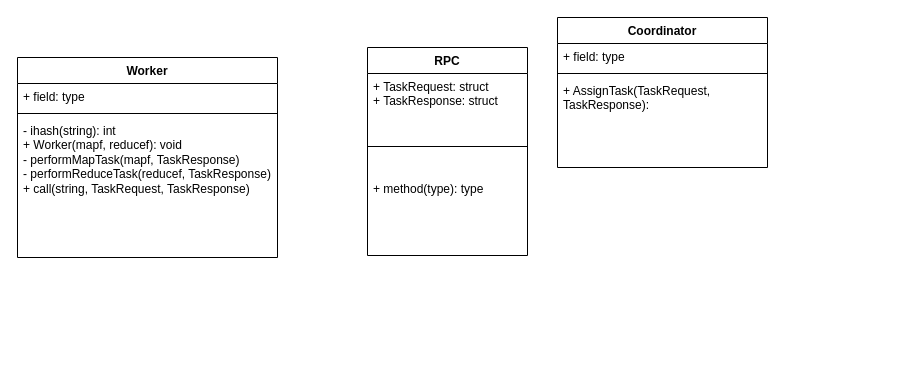
Above: Untitled Diagram.drawio in liederlight/6.5840 (draw.io), before the change. Source tidied: cells renumbered, new cells numbered last; positions are measured from the earlier drawing's top-left corner, leaving out a move shared by most shapes. Both pictures are drawn from the tidied source at 100%, with x=0, y=0 at pixel (17, 17).
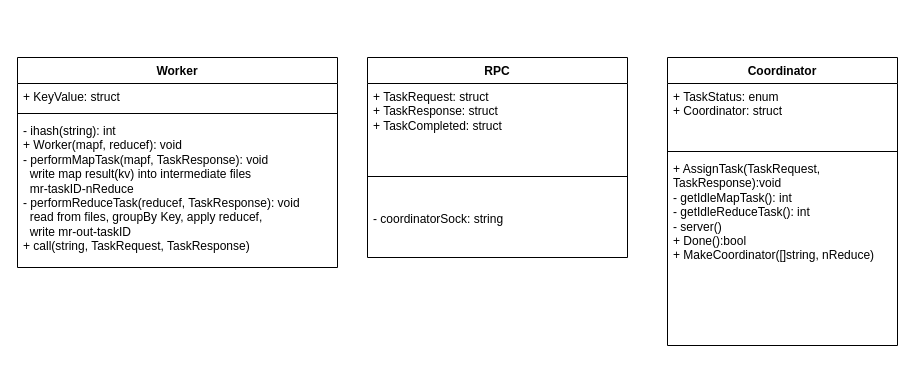
The same page after the edit.

The edit, as a diff of the source:
```diff
@@
 <mxGraphModel>
   <root>
     <mxCell id="0" />
     <mxCell id="1" parent="0" />
     <mxCell id="2" value="Worker" style="swimlane;fontStyle=1;align=center;verticalAlign=top;horizontal=1;startSize=26;whiteSpace=wrap;html=1;" parent="1" vertex="1">
-      <mxGeometry y="40" width="260" height="200" as="geometry" />
+      <mxGeometry y="40" width="320" height="210" as="geometry" />
     </mxCell>
-    <mxCell id="3" value="+ field: type" style="text;strokeColor=none;fillColor=none;align=left;verticalAlign=top;spacingLeft=4;spacingRight=4;overflow=hidden;whiteSpace=wrap;html=1;" parent="2" vertex="1">
-      <mxGeometry y="26" width="260" height="26" as="geometry" />
+    <mxCell id="3" value="+ KeyValue: struct" style="text;strokeColor=none;fillColor=none;align=left;verticalAlign=top;spacingLeft=4;spacingRight=4;overflow=hidden;whiteSpace=wrap;html=1;" parent="2" vertex="1">
+      <mxGeometry y="26" width="320" height="26" as="geometry" />
     </mxCell>
     <mxCell id="4" style="line;strokeWidth=1;fillColor=none;align=left;verticalAlign=middle;spacingTop=-1;spacingLeft=3;spacingRight=3;labelPosition=right;strokeColor=inherit;" parent="2" vertex="1">
-      <mxGeometry y="52" width="260" height="8" as="geometry" />
+      <mxGeometry y="52" width="320" height="8" as="geometry" />
     </mxCell>
-    <mxCell id="5" value="- ihash(string): int&lt;div&gt;+ Worker(mapf, reducef): void&lt;/div&gt;&lt;div&gt;- performMapTask(mapf, TaskResponse)&lt;/div&gt;&lt;div&gt;- performReduceTask(reducef, TaskResponse)&lt;/div&gt;&lt;div&gt;+ call(string, TaskRequest, TaskResponse)&lt;/div&gt;" style="text;strokeColor=none;fillColor=none;align=left;verticalAlign=top;spacingLeft=4;spacingRight=4;overflow=hidden;whiteSpace=wrap;html=1;" parent="2" vertex="1">
-      <mxGeometry y="60" width="260" height="140" as="geometry" />
+    <mxCell id="5" value="- ihash(string): int&lt;div&gt;+ Worker(mapf, reducef): void&lt;/div&gt;&lt;div&gt;- performMapTask(mapf, TaskResponse): void&lt;/div&gt;&lt;div&gt;&amp;nbsp; write map result(kv) into intermediate files&amp;nbsp;&lt;/div&gt;&lt;div&gt;&amp;nbsp; mr-taskID-nReduce&lt;/div&gt;&lt;div&gt;- performReduceTask(reducef, TaskResponse): void&lt;/div&gt;&lt;div&gt;&amp;nbsp; read from files, groupBy Key, apply reducef,&lt;/div&gt;&lt;div&gt;&amp;nbsp; write mr-out-taskID&lt;/div&gt;&lt;div&gt;+ call(string, TaskRequest, TaskResponse)&lt;/div&gt;" style="text;strokeColor=none;fillColor=none;align=left;verticalAlign=top;spacingLeft=4;spacingRight=4;overflow=hidden;whiteSpace=wrap;html=1;" parent="2" vertex="1">
+      <mxGeometry y="60" width="320" height="150" as="geometry" />
     </mxCell>
     <mxCell id="6" value="RPC" style="swimlane;fontStyle=1;align=center;verticalAlign=top;horizontal=1;startSize=26;whiteSpace=wrap;html=1;" parent="1" vertex="1">
-      <mxGeometry x="350" y="30" width="160" height="208" as="geometry" />
+      <mxGeometry x="350" y="40" width="260" height="200" as="geometry" />
     </mxCell>
-    <mxCell id="7" value="+ TaskRequest: struct&lt;div&gt;+ TaskResponse: struct&lt;/div&gt;" style="text;strokeColor=none;fillColor=none;align=left;verticalAlign=top;spacingLeft=4;spacingRight=4;overflow=hidden;whiteSpace=wrap;html=1;" parent="6" vertex="1">
-      <mxGeometry y="26" width="160" height="44" as="geometry" />
+    <mxCell id="7" value="+ TaskRequest: struct&lt;div&gt;+ TaskResponse: struct&lt;/div&gt;&lt;div&gt;+ TaskCompleted: struct&lt;/div&gt;" style="text;strokeColor=none;fillColor=none;align=left;verticalAlign=top;spacingLeft=4;spacingRight=4;overflow=hidden;whiteSpace=wrap;html=1;" parent="6" vertex="1">
+      <mxGeometry y="26" width="260" height="64" as="geometry" />
     </mxCell>
     <mxCell id="8" style="line;strokeWidth=1;fillColor=none;align=left;verticalAlign=middle;spacingTop=-1;spacingLeft=3;spacingRight=3;labelPosition=right;strokeColor=inherit;" parent="6" vertex="1">
-      <mxGeometry y="70" width="160" height="58" as="geometry" />
+      <mxGeometry y="90" width="260" height="58" as="geometry" />
     </mxCell>
-    <mxCell id="9" value="+ method(type): type" style="text;strokeColor=none;fillColor=none;align=left;verticalAlign=top;spacingLeft=4;spacingRight=4;overflow=hidden;whiteSpace=wrap;html=1;" parent="6" vertex="1">
-      <mxGeometry y="128" width="160" height="80" as="geometry" />
+    <mxCell id="9" value="- coordinatorSock: string" style="text;strokeColor=none;fillColor=none;align=left;verticalAlign=top;spacingLeft=4;spacingRight=4;overflow=hidden;whiteSpace=wrap;html=1;" parent="6" vertex="1">
+      <mxGeometry y="148" width="260" height="52" as="geometry" />
     </mxCell>
     <mxCell id="10" value="Coordinator" style="swimlane;fontStyle=1;align=center;verticalAlign=top;horizontal=1;startSize=26;whiteSpace=wrap;html=1;" parent="1" vertex="1">
-      <mxGeometry x="540" width="210" height="150" as="geometry" />
+      <mxGeometry x="650" y="40" width="230" height="288" as="geometry" />
     </mxCell>
-    <mxCell id="11" value="+ field: type" style="text;strokeColor=none;fillColor=none;align=left;verticalAlign=top;spacingLeft=4;spacingRight=4;overflow=hidden;whiteSpace=wrap;html=1;" parent="10" vertex="1">
-      <mxGeometry y="26" width="210" height="26" as="geometry" />
+    <mxCell id="11" value="+ TaskStatus: enum&lt;div&gt;+ Coordinator: struct&lt;/div&gt;" style="text;strokeColor=none;fillColor=none;align=left;verticalAlign=top;spacingLeft=4;spacingRight=4;overflow=hidden;whiteSpace=wrap;html=1;" parent="10" vertex="1">
+      <mxGeometry y="26" width="230" height="64" as="geometry" />
     </mxCell>
     <mxCell id="12" style="line;strokeWidth=1;fillColor=none;align=left;verticalAlign=middle;spacingTop=-1;spacingLeft=3;spacingRight=3;labelPosition=right;strokeColor=inherit;" parent="10" vertex="1">
-      <mxGeometry y="52" width="210" height="8" as="geometry" />
+      <mxGeometry y="90" width="230" height="8" as="geometry" />
     </mxCell>
-    <mxCell id="13" value="+ AssignTask(TaskRequest, TaskResponse):" style="text;strokeColor=none;fillColor=none;align=left;verticalAlign=top;spacingLeft=4;spacingRight=4;overflow=hidden;whiteSpace=wrap;html=1;" parent="10" vertex="1">
-      <mxGeometry y="60" width="210" height="90" as="geometry" />
+    <mxCell id="13" value="+ AssignTask(TaskRequest, TaskResponse):void&lt;div&gt;- getIdleMapTask(): int&lt;/div&gt;&lt;div&gt;- getIdleReduceTask(): int&lt;/div&gt;&lt;div&gt;&lt;div&gt;- server()&lt;/div&gt;&lt;/div&gt;&lt;div&gt;+ Done():bool&lt;/div&gt;&lt;div&gt;+ MakeCoordinator([]string, nReduce)&amp;nbsp;&lt;/div&gt;" style="text;strokeColor=none;fillColor=none;align=left;verticalAlign=top;spacingLeft=4;spacingRight=4;overflow=hidden;whiteSpace=wrap;html=1;" parent="10" vertex="1">
+      <mxGeometry y="98" width="230" height="190" as="geometry" />
     </mxCell>
   </root>
 </mxGraphModel>
```
